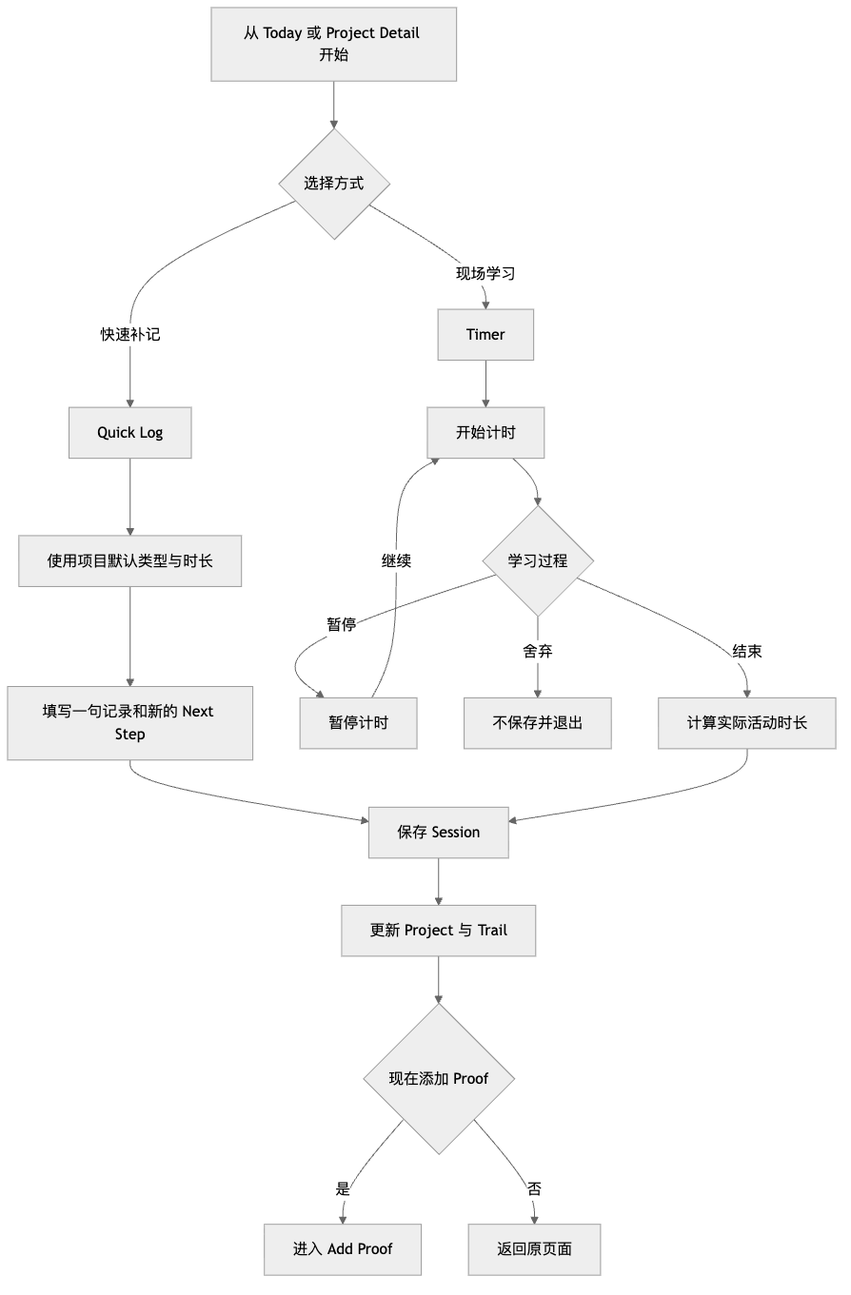
Before: diagrams/product-session-flow.png, a diagram exported from Mermaid (Panhe-C/self-study-studio). Its source is kept beside it as diagrams/product-session-flow.mmd. Source of this version:
```mermaid
flowchart TD
  A[从 Today 或 Project Detail 开始] --> B{选择方式}
  B -->|快速补记| C[Quick Log]
  B -->|现场学习| D[Timer]
  C --> E[使用项目默认类型与时长]
  E --> F[填写一句记录和新的 Next Step]
  D --> G[开始计时]
  G --> H{学习过程}
  H -->|暂停| I[暂停计时]
  I -->|继续| G
  H -->|舍弃| J[不保存并退出]
  H -->|结束| K[计算实际活动时长]
  F --> L[保存 Session]
  K --> L
  L --> M[更新 Project 与 Trail]
  M --> N{现在添加 Proof}
  N -->|是| O[进入 Add Proof]
  N -->|否| P[返回原页面]
```
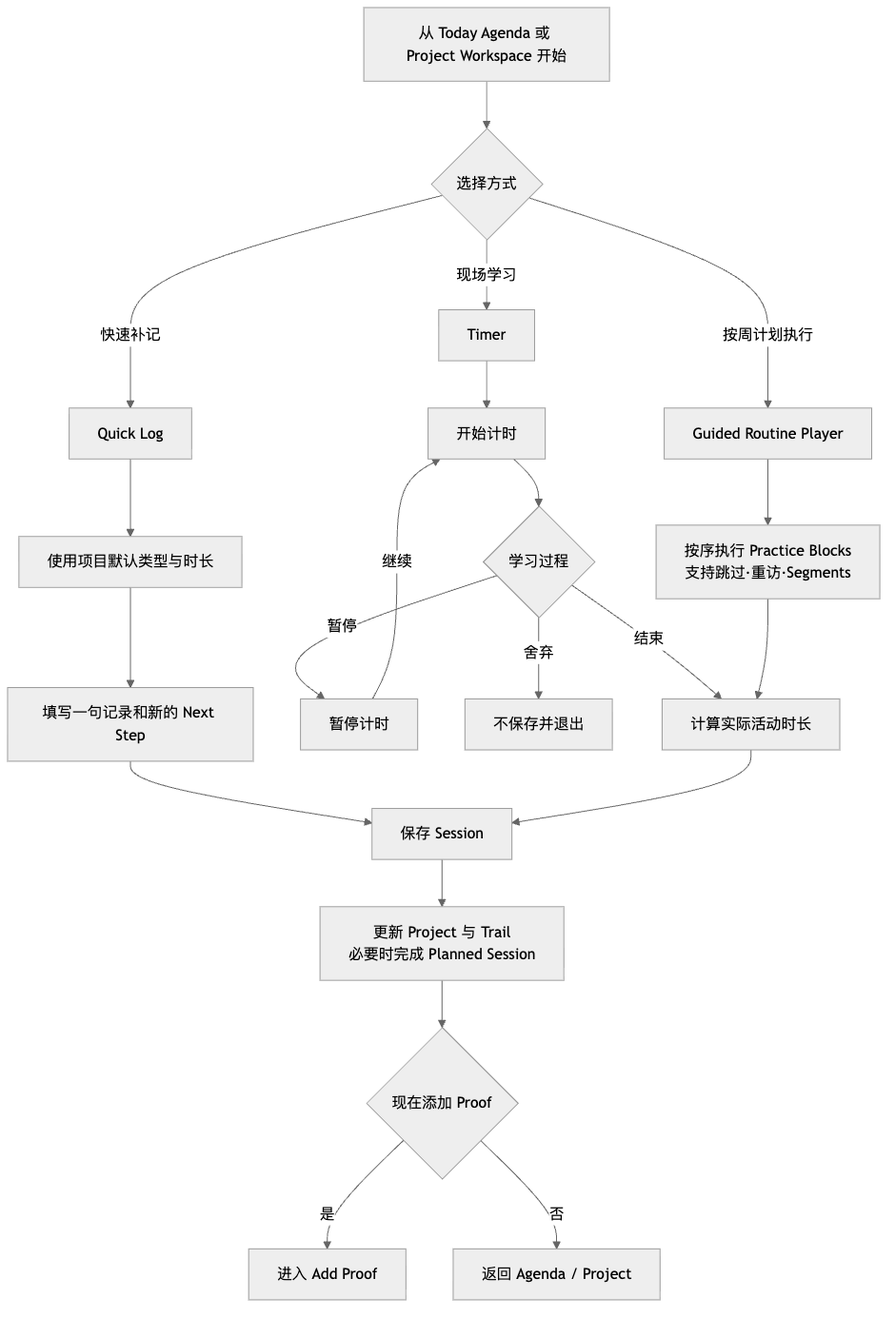
The same file after the commit.

Diff of the diagram source:
```diff
@@ -1,18 +1,21 @@
 flowchart TD
-  A[从 Today 或 Project Detail 开始] --> B{选择方式}
+  A[从 Today Agenda 或 Project Workspace 开始] --> B{选择方式}
   B -->|快速补记| C[Quick Log]
   B -->|现场学习| D[Timer]
+  B -->|按周计划执行| R[Guided Routine Player]
   C --> E[使用项目默认类型与时长]
   E --> F[填写一句记录和新的 Next Step]
   D --> G[开始计时]
+  R --> R1[按序执行 Practice Blocks<br/>支持跳过·重访·Segments]
   G --> H{学习过程}
   H -->|暂停| I[暂停计时]
   I -->|继续| G
   H -->|舍弃| J[不保存并退出]
   H -->|结束| K[计算实际活动时长]
+  R1 --> K
   F --> L[保存 Session]
   K --> L
-  L --> M[更新 Project 与 Trail]
+  L --> M[更新 Project 与 Trail<br/>必要时完成 Planned Session]
   M --> N{现在添加 Proof}
   N -->|是| O[进入 Add Proof]
-  N -->|否| P[返回原页面]
+  N -->|否| P[返回 Agenda / Project]
```
